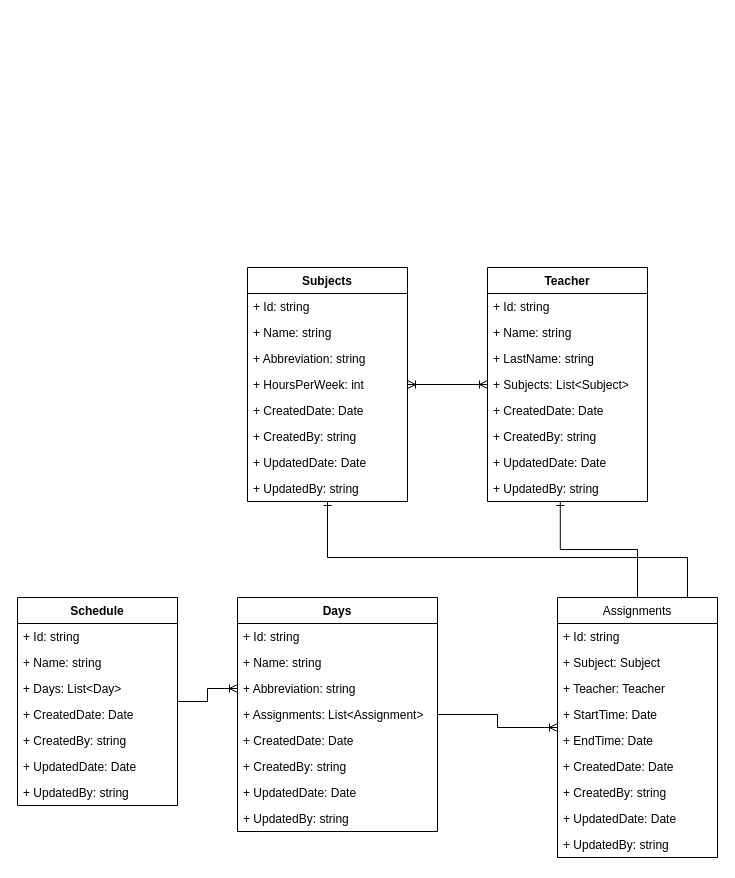
This is Resources/SchoolSchedule.drawio from NeshGogo/SchoolSchedule.API, a draw.io file, before an edit. Source tidied: cells renumbered, new cells numbered last; positions are measured from the earlier drawing's top-left corner, leaving out a move shared by most shapes. Both pictures are drawn from the tidied source at 100%, with x=0, y=0 at pixel (17, 267).
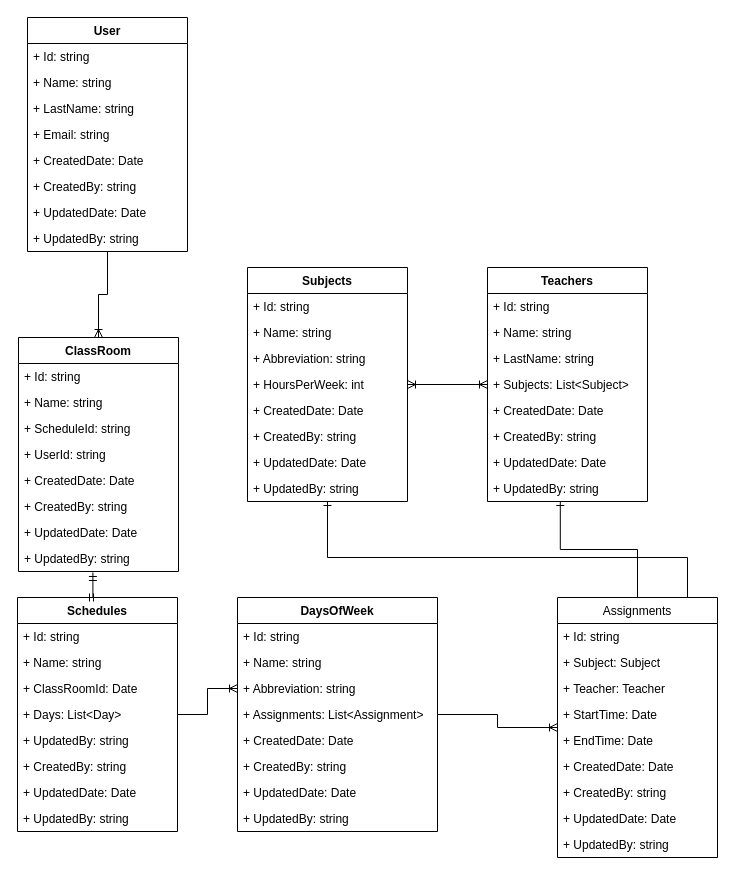
The same page after the edit.

Commit message:
Add User and Classroom entities to database schema

Diff of the diagram source:
```diff
@@
-    <mxCell id="11" value="Teacher" style="swimlane;fontStyle=1;align=center;verticalAlign=top;horizontal=1;startSize=26;whiteSpace=wrap;html=1;" parent="1" vertex="1">
+    <mxCell id="11" value="Teachers" style="swimlane;fontStyle=1;align=center;verticalAlign=top;horizontal=1;startSize=26;whiteSpace=wrap;html=1;" parent="1" vertex="1">
       <mxGeometry x="470" width="160" height="234" as="geometry" />
     </mxCell>
@@
-    <mxCell id="21" value="Schedule" style="swimlane;fontStyle=1;align=center;verticalAlign=top;horizontal=1;startSize=26;whiteSpace=wrap;html=1;" parent="1" vertex="1">
-      <mxGeometry y="330" width="160" height="208" as="geometry" />
+    <mxCell id="21" value="Schedules" style="swimlane;fontStyle=1;align=center;verticalAlign=top;horizontal=1;startSize=26;whiteSpace=wrap;html=1;" parent="1" vertex="1">
+      <mxGeometry y="330" width="160" height="234" as="geometry" />
     </mxCell>
@@
+    <mxCell id="25" value="+ ClassRoomId: Date" style="text;strokeColor=none;fillColor=none;align=left;verticalAlign=top;spacingLeft=4;spacingRight=4;overflow=hidden;whiteSpace=wrap;html=1;" parent="21" vertex="1">
+      <mxGeometry y="78" width="160" height="26" as="geometry" />
+    </mxCell>
     <mxCell id="24" value="+ Days: List&amp;lt;Day&amp;gt;" style="text;strokeColor=none;fillColor=none;align=left;verticalAlign=top;spacingLeft=4;spacingRight=4;overflow=hidden;whiteSpace=wrap;html=1;" parent="21" vertex="1">
-      <mxGeometry y="78" width="160" height="26" as="geometry" />
+      <mxGeometry y="104" width="160" height="26" as="geometry" />
     </mxCell>
-    <mxCell id="25" value="+ CreatedDate: Date" style="text;strokeColor=none;fillColor=none;align=left;verticalAlign=top;spacingLeft=4;spacingRight=4;overflow=hidden;whiteSpace=wrap;html=1;" parent="21" vertex="1">
-      <mxGeometry y="104" width="160" height="26" as="geometry" />
-    </mxCell>
+    <mxCell id="52" value="+ UpdatedBy: string" style="text;strokeColor=none;fillColor=none;align=left;verticalAlign=top;spacingLeft=4;spacingRight=4;overflow=hidden;whiteSpace=wrap;html=1;" parent="21" vertex="1">
+      <mxGeometry y="130" width="160" height="26" as="geometry" />
+    </mxCell>
     <mxCell id="26" value="+ CreatedBy: string" style="text;strokeColor=none;fillColor=none;align=left;verticalAlign=top;spacingLeft=4;spacingRight=4;overflow=hidden;whiteSpace=wrap;html=1;" parent="21" vertex="1">
-      <mxGeometry y="130" width="160" height="26" as="geometry" />
+      <mxGeometry y="156" width="160" height="26" as="geometry" />
     </mxCell>
     <mxCell id="27" value="+ UpdatedDate: Date" style="text;strokeColor=none;fillColor=none;align=left;verticalAlign=top;spacingLeft=4;spacingRight=4;overflow=hidden;whiteSpace=wrap;html=1;" parent="21" vertex="1">
-      <mxGeometry y="156" width="160" height="26" as="geometry" />
+      <mxGeometry y="182" width="160" height="26" as="geometry" />
     </mxCell>
     <mxCell id="28" value="+ UpdatedBy: string" style="text;strokeColor=none;fillColor=none;align=left;verticalAlign=top;spacingLeft=4;spacingRight=4;overflow=hidden;whiteSpace=wrap;html=1;" parent="21" vertex="1">
-      <mxGeometry y="182" width="160" height="26" as="geometry" />
+      <mxGeometry y="208" width="160" height="26" as="geometry" />
     </mxCell>
-    <mxCell id="29" value="Days" style="swimlane;fontStyle=1;align=center;verticalAlign=top;horizontal=1;startSize=26;whiteSpace=wrap;html=1;" parent="1" vertex="1">
+    <mxCell id="29" value="DaysOfWeek" style="swimlane;fontStyle=1;align=center;verticalAlign=top;horizontal=1;startSize=26;whiteSpace=wrap;html=1;" parent="1" vertex="1">
       <mxGeometry x="220" y="330" width="200" height="234" as="geometry" />
     </mxCell>
@@
+    <mxCell id="53" value="ClassRoom" style="swimlane;fontStyle=1;align=center;verticalAlign=top;horizontal=1;startSize=26;whiteSpace=wrap;html=1;" parent="1" vertex="1">
+      <mxGeometry x="1" y="70" width="160" height="234" as="geometry" />
+    </mxCell>
+    <mxCell id="54" value="+ Id: string" style="text;strokeColor=none;fillColor=none;align=left;verticalAlign=top;spacingLeft=4;spacingRight=4;overflow=hidden;whiteSpace=wrap;html=1;" parent="53" vertex="1">
+      <mxGeometry y="26" width="160" height="26" as="geometry" />
+    </mxCell>
+    <mxCell id="55" value="+ Name: string" style="text;strokeColor=none;fillColor=none;align=left;verticalAlign=top;spacingLeft=4;spacingRight=4;overflow=hidden;whiteSpace=wrap;html=1;" parent="53" vertex="1">
+      <mxGeometry y="52" width="160" height="26" as="geometry" />
+    </mxCell>
+    <mxCell id="56" value="+ ScheduleId: string" style="text;strokeColor=none;fillColor=none;align=left;verticalAlign=top;spacingLeft=4;spacingRight=4;overflow=hidden;whiteSpace=wrap;html=1;" parent="53" vertex="1">
+      <mxGeometry y="78" width="160" height="26" as="geometry" />
+    </mxCell>
+    <mxCell id="57" value="+ UserId: string" style="text;strokeColor=none;fillColor=none;align=left;verticalAlign=top;spacingLeft=4;spacingRight=4;overflow=hidden;whiteSpace=wrap;html=1;" parent="53" vertex="1">
+      <mxGeometry y="104" width="160" height="26" as="geometry" />
+    </mxCell>
+    <mxCell id="58" value="+ CreatedDate: Date" style="text;strokeColor=none;fillColor=none;align=left;verticalAlign=top;spacingLeft=4;spacingRight=4;overflow=hidden;whiteSpace=wrap;html=1;" parent="53" vertex="1">
+      <mxGeometry y="130" width="160" height="26" as="geometry" />
+    </mxCell>
+    <mxCell id="59" value="+ CreatedBy: string" style="text;strokeColor=none;fillColor=none;align=left;verticalAlign=top;spacingLeft=4;spacingRight=4;overflow=hidden;whiteSpace=wrap;html=1;" parent="53" vertex="1">
+      <mxGeometry y="156" width="160" height="26" as="geometry" />
+    </mxCell>
+    <mxCell id="60" value="+ UpdatedDate: Date" style="text;strokeColor=none;fillColor=none;align=left;verticalAlign=top;spacingLeft=4;spacingRight=4;overflow=hidden;whiteSpace=wrap;html=1;" parent="53" vertex="1">
+      <mxGeometry y="182" width="160" height="26" as="geometry" />
+    </mxCell>
+    <mxCell id="61" value="+ UpdatedBy: string" style="text;strokeColor=none;fillColor=none;align=left;verticalAlign=top;spacingLeft=4;spacingRight=4;overflow=hidden;points=[[0,0.5],[1,0.5]];portConstraint=eastwest;whiteSpace=wrap;html=1;" parent="53" vertex="1">
+      <mxGeometry y="208" width="160" height="26" as="geometry" />
+    </mxCell>
+    <mxCell id="62" style="edgeStyle=orthogonalEdgeStyle;rounded=0;jettySize=auto;html=1;exitX=0.5;exitY=0;exitDx=0;exitDy=0;entryX=0.465;entryY=1.038;entryDx=0;entryDy=0;entryPerimeter=0;endArrow=ERmandOne;endFill=0;startArrow=ERmandOne;startFill=0;" parent="1" edge="1" source="21" target="61">
+      <mxGeometry relative="1" as="geometry" />
+    </mxCell>
+    <mxCell id="63" style="edgeStyle=orthogonalEdgeStyle;rounded=0;jettySize=auto;html=1;entryX=0.5;entryY=0;entryDx=0;entryDy=0;endArrow=ERoneToMany;endFill=0;" parent="1" edge="1" source="64" target="53">
+      <mxGeometry relative="1" as="geometry" />
+    </mxCell>
+    <mxCell id="64" value="User" style="swimlane;fontStyle=1;align=center;verticalAlign=top;horizontal=1;startSize=26;whiteSpace=wrap;html=1;" parent="1" vertex="1">
+      <mxGeometry x="10" y="-250" width="160" height="234" as="geometry" />
+    </mxCell>
+    <mxCell id="65" value="+ Id: string" style="text;strokeColor=none;fillColor=none;align=left;verticalAlign=top;spacingLeft=4;spacingRight=4;overflow=hidden;whiteSpace=wrap;html=1;" parent="64" vertex="1">
+      <mxGeometry y="26" width="160" height="26" as="geometry" />
+    </mxCell>
+    <mxCell id="66" value="+ Name: string" style="text;strokeColor=none;fillColor=none;align=left;verticalAlign=top;spacingLeft=4;spacingRight=4;overflow=hidden;whiteSpace=wrap;html=1;" parent="64" vertex="1">
+      <mxGeometry y="52" width="160" height="26" as="geometry" />
+    </mxCell>
+    <mxCell id="67" value="+ LastName: string" style="text;strokeColor=none;fillColor=none;align=left;verticalAlign=top;spacingLeft=4;spacingRight=4;overflow=hidden;whiteSpace=wrap;html=1;" parent="64" vertex="1">
+      <mxGeometry y="78" width="160" height="26" as="geometry" />
+    </mxCell>
+    <mxCell id="68" value="+ Email: string" style="text;strokeColor=none;fillColor=none;align=left;verticalAlign=top;spacingLeft=4;spacingRight=4;overflow=hidden;whiteSpace=wrap;html=1;" parent="64" vertex="1">
+      <mxGeometry y="104" width="160" height="26" as="geometry" />
+    </mxCell>
+    <mxCell id="69" value="+ CreatedDate: Date" style="text;strokeColor=none;fillColor=none;align=left;verticalAlign=top;spacingLeft=4;spacingRight=4;overflow=hidden;whiteSpace=wrap;html=1;" parent="64" vertex="1">
+      <mxGeometry y="130" width="160" height="26" as="geometry" />
+    </mxCell>
+    <mxCell id="70" value="+ CreatedBy: string" style="text;strokeColor=none;fillColor=none;align=left;verticalAlign=top;spacingLeft=4;spacingRight=4;overflow=hidden;whiteSpace=wrap;html=1;" parent="64" vertex="1">
+      <mxGeometry y="156" width="160" height="26" as="geometry" />
+    </mxCell>
+    <mxCell id="71" value="+ UpdatedDate: Date" style="text;strokeColor=none;fillColor=none;align=left;verticalAlign=top;spacingLeft=4;spacingRight=4;overflow=hidden;whiteSpace=wrap;html=1;" parent="64" vertex="1">
+      <mxGeometry y="182" width="160" height="26" as="geometry" />
+    </mxCell>
+    <mxCell id="72" value="+ UpdatedBy: string" style="text;strokeColor=none;fillColor=none;align=left;verticalAlign=top;spacingLeft=4;spacingRight=4;overflow=hidden;whiteSpace=wrap;html=1;" parent="64" vertex="1">
+      <mxGeometry y="208" width="160" height="26" as="geometry" />
+    </mxCell>
```
